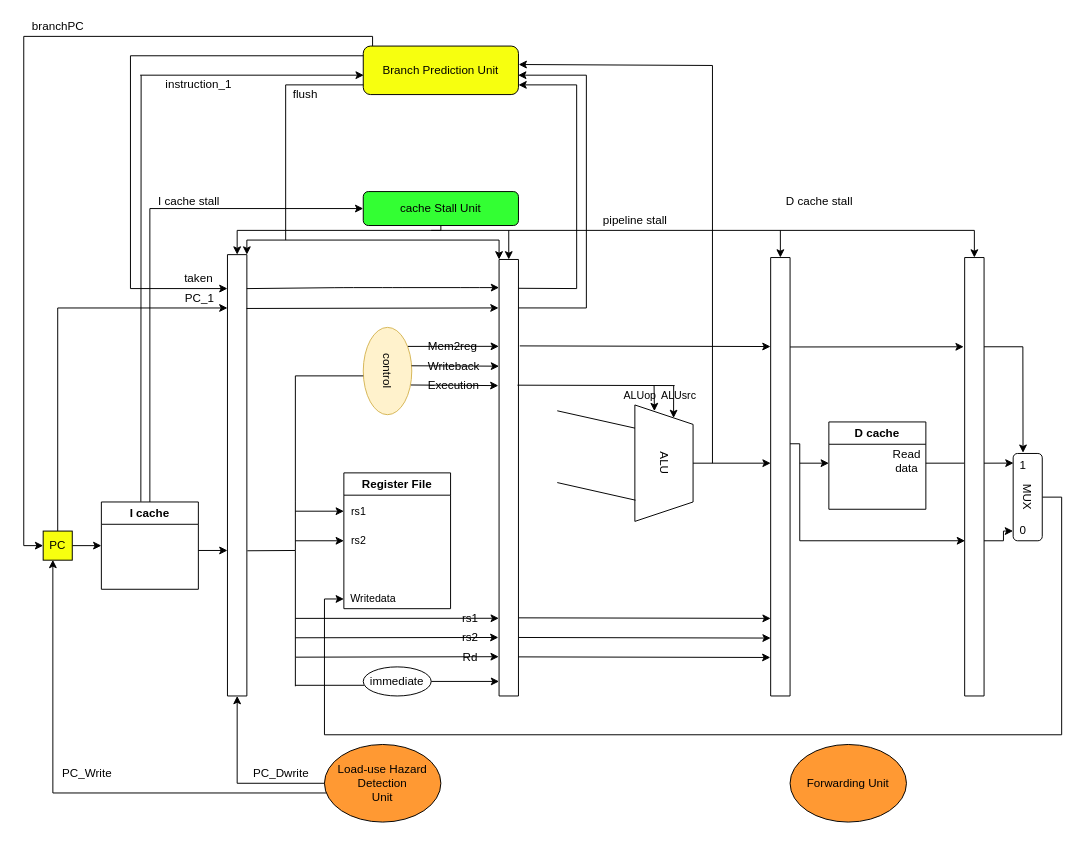
This is Untitled Diagram.drawio from JeterHwang/DSD, a draw.io file, before an edit. Source tidied: cells renumbered, new cells numbered last; positions are measured from the earlier drawing's top-left corner, leaving out a move shared by most shapes. Both pictures are drawn from the tidied source at 97%, with x=0, y=0 at pixel (23, 16).
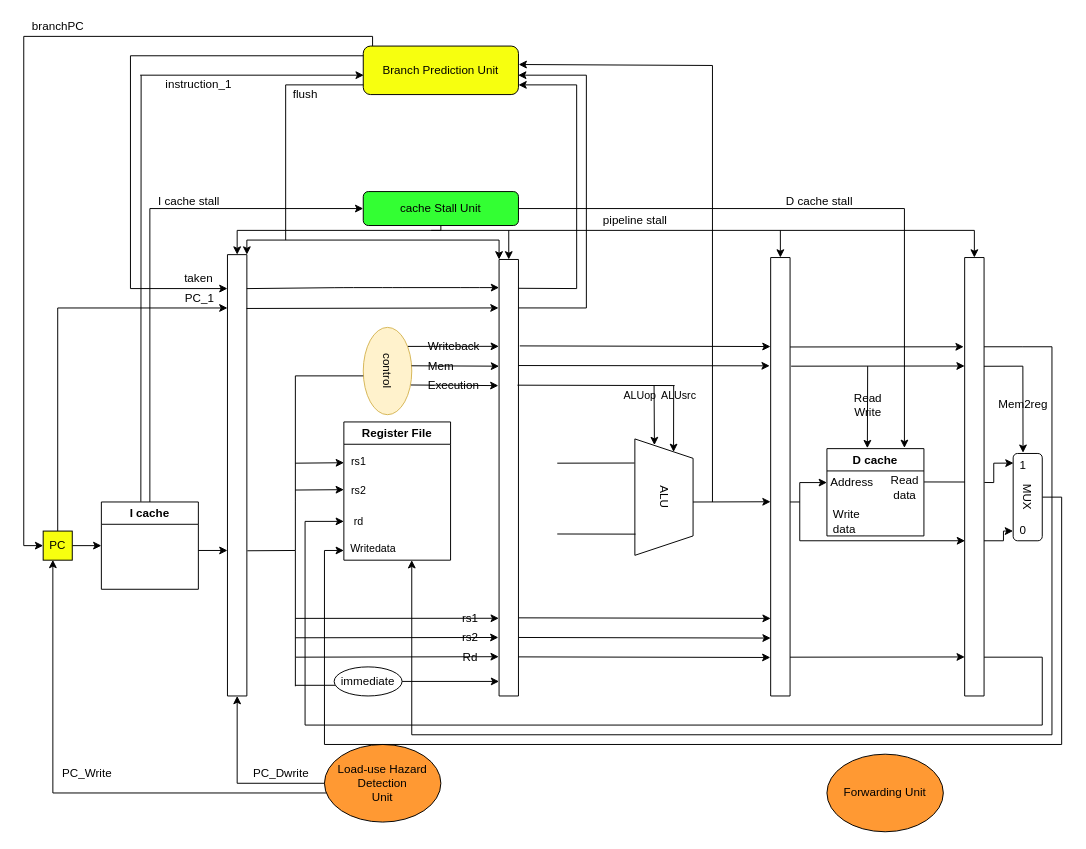
The same page after the edit.

Unchanged cells that the change refers to:
```xml
<mxCell id="3" style="swimlane;startSize=0;" parent="1" vertex="1">
  <mxGeometry x="490" y="250" width="20" height="450" as="geometry" />
</mxCell>
<mxCell id="4" style="swimlane;startSize=0;" parent="1" vertex="1">
  <mxGeometry x="770" y="248" width="20" height="452" as="geometry" />
</mxCell>
<mxCell id="5" style="swimlane;startSize=0;" parent="1" vertex="1">
  <mxGeometry x="970" y="248" width="20" height="452" as="geometry" />
</mxCell>
<mxCell id="18" value="Read&lt;br&gt;data" style="text;html=1;align=center;verticalAlign=middle;points=[];fillColor=none;strokeColor=none;rounded=0;" parent="17" vertex="1">
  <mxGeometry x="60" y="25" width="40" height="30" as="geometry" />
</mxCell>
<mxCell id="20" value="&lt;span style=&quot;font-size: 11px&quot;&gt;rs1&lt;/span&gt;" style="text;html=1;align=center;verticalAlign=middle;points=[];fillColor=none;strokeColor=none;rounded=0;" parent="19" vertex="1">
  <mxGeometry y="30" width="30" height="20" as="geometry" />
</mxCell>
<mxCell id="24" value="cache Stall Unit" style="rounded=1;whiteSpace=wrap;html=1;glass=0;strokeColor=#000000;fillColor=#33FF33;" parent="1" vertex="1">
  <mxGeometry x="350" y="180" width="160" height="35" as="geometry" />
</mxCell>
<mxCell id="89" value="MUX" style="rounded=1;whiteSpace=wrap;html=1;rotation=90;" parent="1" vertex="1">
  <mxGeometry x="990" y="480" width="90" height="30" as="geometry" />
</mxCell>
<mxCell id="92" value="1" style="text;html=1;align=center;verticalAlign=middle;points=[];fillColor=none;strokeColor=none;rounded=0;" parent="1" vertex="1">
  <mxGeometry x="1020" y="452.5" width="20" height="20" as="geometry" />
</mxCell>
```

What changed in the source:
```diff
@@
     <mxCell id="15" value="Forwarding Unit" style="ellipse;whiteSpace=wrap;html=1;glass=0;strokeColor=#000000;fillColor=#FF9933;" parent="1" vertex="1">
-      <mxGeometry x="790" y="750" width="120" height="80" as="geometry" />
+      <mxGeometry x="828" y="760" width="120" height="80" as="geometry" />
     </mxCell>
     <mxCell id="16" value="ALU" style="shape=trapezoid;perimeter=trapezoidPerimeter;whiteSpace=wrap;html=1;fixedSize=1;glass=0;strokeColor=#000000;rotation=90;fillColor=#FFFFFF;" parent="1" vertex="1">
-      <mxGeometry x="600" y="430" width="120" height="60" as="geometry" />
+      <mxGeometry x="600" y="465" width="120" height="60" as="geometry" />
     </mxCell>
     <mxCell id="17" value="D cache" style="swimlane;" parent="1" vertex="1">
-      <mxGeometry x="830" y="417.5" width="100" height="90" as="geometry" />
+      <mxGeometry x="828" y="445" width="100" height="90" as="geometry" />
     </mxCell>
@@
+    <mxCell id="113" value="&lt;div style=&quot;text-align: left&quot;&gt;&lt;span&gt;Write&lt;/span&gt;&lt;/div&gt;&lt;div style=&quot;text-align: left&quot;&gt;&lt;span&gt;data&lt;/span&gt;&lt;/div&gt;" style="text;html=1;align=center;verticalAlign=middle;fillColor=none;strokeColor=none;rounded=0;" parent="17" vertex="1">
+      <mxGeometry y="60" width="40" height="30" as="geometry" />
+    </mxCell>
+    <mxCell id="114" value="Address" style="text;html=1;align=left;verticalAlign=middle;fillColor=none;strokeColor=none;rounded=0;" parent="17" vertex="1">
+      <mxGeometry x="2" y="25" width="60" height="20" as="geometry" />
+    </mxCell>
     <mxCell id="19" value="Register File" style="swimlane;glass=0;strokeColor=#000000;fillColor=#FFFFFF;" parent="1" vertex="1">
-      <mxGeometry x="330" y="470" width="110" height="140" as="geometry" />
+      <mxGeometry x="330" y="417.5" width="110" height="142.5" as="geometry" />
     </mxCell>
@@
+    <mxCell id="115" value="&lt;span style=&quot;font-size: 11px&quot;&gt;rd&lt;/span&gt;" style="text;html=1;align=center;verticalAlign=middle;fillColor=none;strokeColor=none;rounded=0;" parent="19" vertex="1">
+      <mxGeometry y="92.5" width="30" height="20" as="geometry" />
+    </mxCell>
@@
+    <mxCell id="116" style="edgeStyle=orthogonalEdgeStyle;rounded=0;jettySize=auto;html=1;entryX=0.799;entryY=-0.008;entryDx=0;entryDy=0;entryPerimeter=0;" parent="1" edge="1" source="24" target="17">
+      <mxGeometry relative="1" as="geometry" />
+    </mxCell>
@@
-    <mxCell id="39" style="endArrow=classic;html=1;exitX=0.5;exitY=0;exitDx=0;exitDy=0;" parent="1" edge="1" source="16">
-      <mxGeometry relative="1" as="geometry">
-        <mxPoint x="770" y="460" as="targetPoint" />
-      </mxGeometry>
+    <mxCell id="39" style="endArrow=classic;html=1;exitX=0.542;exitY=0;exitDx=0;exitDy=0;entryX=-0.004;entryY=0.557;entryDx=0;entryDy=0;entryPerimeter=0;exitPerimeter=0;" parent="1" edge="1" source="16" target="4">
+      <mxGeometry relative="1" as="geometry" />
     </mxCell>
@@
     <mxCell id="44" style="endArrow=none;html=1;" parent="1" edge="1">
       <mxGeometry relative="1" as="geometry">
-        <mxPoint x="710" y="460" as="sourcePoint" />
+        <mxPoint x="710" y="500" as="sourcePoint" />
         <mxPoint x="710" y="50" as="targetPoint" />
       </mxGeometry>
     </mxCell>
@@
-    <mxCell id="46" style="endArrow=none;html=1;entryX=0.199;entryY=0.999;entryDx=0;entryDy=0;entryPerimeter=0;" parent="1" edge="1" target="16">
+    <mxCell id="46" style="endArrow=none;html=1;entryX=0.207;entryY=1.007;entryDx=0;entryDy=0;entryPerimeter=0;" parent="1" edge="1" target="16">
       <mxGeometry relative="1" as="geometry">
-        <mxPoint x="550" y="406" as="sourcePoint" />
+        <mxPoint x="550" y="460" as="sourcePoint" />
       </mxGeometry>
     </mxCell>
     <mxCell id="47" style="endArrow=none;html=1;entryX=0.818;entryY=0.989;entryDx=0;entryDy=0;entryPerimeter=0;" parent="1" edge="1" target="16">
       <mxGeometry relative="1" as="geometry">
-        <mxPoint x="550" y="480" as="sourcePoint" />
+        <mxPoint x="550" y="533" as="sourcePoint" />
       </mxGeometry>
     </mxCell>
@@
     <mxCell id="67" value="immediate" style="ellipse;whiteSpace=wrap;html=1;glass=0;strokeColor=#000000;fillColor=#FFFFFF;" parent="1" vertex="1">
-      <mxGeometry x="350" y="670" width="70" height="30" as="geometry" />
+      <mxGeometry x="320" y="670" width="70" height="30" as="geometry" />
     </mxCell>
@@
-    <mxCell id="72" style="endArrow=classic;html=1;" parent="1" edge="1">
-      <mxGeometry relative="1" as="geometry">
-        <mxPoint x="280" y="509.5" as="sourcePoint" />
-        <mxPoint x="330" y="509.5" as="targetPoint" />
-      </mxGeometry>
-    </mxCell>
-    <mxCell id="73" style="endArrow=classic;html=1;" parent="1" edge="1">
-      <mxGeometry relative="1" as="geometry">
-        <mxPoint x="280" y="540" as="sourcePoint" />
-        <mxPoint x="330" y="540" as="targetPoint" />
-      </mxGeometry>
-    </mxCell>
@@
-    <mxCell id="78" value="Mem2reg" style="text;html=1;align=left;verticalAlign=middle;fillColor=none;strokeColor=none;rounded=0;" parent="1" vertex="1">
+    <mxCell id="78" value="Writeback" style="text;html=1;align=left;verticalAlign=middle;fillColor=none;strokeColor=none;rounded=0;" parent="1" vertex="1">
       <mxGeometry x="415" y="330" width="70" height="20" as="geometry" />
     </mxCell>
@@
-    <mxCell id="80" value="Writeback" style="text;html=1;align=left;verticalAlign=middle;fillColor=none;strokeColor=none;rounded=0;" parent="1" vertex="1">
-      <mxGeometry x="415" y="350" width="70" height="20" as="geometry" />
+    <mxCell id="80" value="Mem" style="text;html=1;align=left;verticalAlign=middle;fillColor=none;strokeColor=none;rounded=0;" parent="1" vertex="1">
+      <mxGeometry x="415" y="350" width="40" height="20" as="geometry" />
     </mxCell>
@@
     <mxCell id="88" style="edgeStyle=orthogonalEdgeStyle;rounded=0;jettySize=auto;html=1;exitX=0.5;exitY=0;exitDx=0;exitDy=0;" parent="1" edge="1" source="89">
       <mxGeometry relative="1" as="geometry">
-        <mxPoint x="330" y="600" as="targetPoint" />
+        <mxPoint x="330" y="550" as="targetPoint" />
         <Array as="points">
           <mxPoint x="1070" y="495" />
-          <mxPoint x="1070" y="740" />
-          <mxPoint x="310" y="740" />
-          <mxPoint x="310" y="600" />
+          <mxPoint x="1070" y="750" />
+          <mxPoint x="310" y="750" />
+          <mxPoint x="310" y="550" />
         </Array>
       </mxGeometry>
     </mxCell>
@@
     <mxCell id="91" style="endArrow=classic;html=1;entryX=-0.008;entryY=0.661;entryDx=0;entryDy=0;entryPerimeter=0;" parent="1" edge="1" target="89">
       <mxGeometry relative="1" as="geometry">
-        <mxPoint x="1030" y="340" as="sourcePoint" />
+        <mxPoint x="1030" y="360" as="sourcePoint" />
       </mxGeometry>
     </mxCell>
@@
-    <mxCell id="94" style="endArrow=none;html=1;entryX=-0.028;entryY=0.469;entryDx=0;entryDy=0;entryPerimeter=0;" parent="1" edge="1" target="5">
-      <mxGeometry relative="1" as="geometry">
-        <mxPoint x="930" y="460" as="sourcePoint" />
-      </mxGeometry>
-    </mxCell>
     <mxCell id="95" style="endArrow=classic;html=1;entryX=0.019;entryY=0.371;entryDx=0;entryDy=0;entryPerimeter=0;" parent="1" edge="1" target="92">
       <mxGeometry relative="1" as="geometry">
-        <mxPoint x="990" y="460" as="sourcePoint" />
+        <mxPoint x="1000" y="460" as="sourcePoint" />
       </mxGeometry>
     </mxCell>
     <mxCell id="96" style="endArrow=none;html=1;" parent="1" edge="1">
       <mxGeometry relative="1" as="geometry">
-        <mxPoint x="790" y="440" as="sourcePoint" />
-        <mxPoint x="800" y="440" as="targetPoint" />
+        <mxPoint x="790" y="500" as="sourcePoint" />
+        <mxPoint x="800" y="500" as="targetPoint" />
       </mxGeometry>
     </mxCell>
     <mxCell id="97" style="endArrow=none;html=1;" parent="1" edge="1">
       <mxGeometry relative="1" as="geometry">
         <mxPoint x="800" y="540" as="sourcePoint" />
-        <mxPoint x="800" y="440" as="targetPoint" />
+        <mxPoint x="800" y="480" as="targetPoint" />
       </mxGeometry>
     </mxCell>
     <mxCell id="98" style="endArrow=classic;html=1;" parent="1" edge="1">
       <mxGeometry relative="1" as="geometry">
-        <mxPoint x="800" y="460" as="sourcePoint" />
-        <mxPoint x="830" y="460" as="targetPoint" />
+        <mxPoint x="800" y="480" as="sourcePoint" />
+        <mxPoint x="828" y="480" as="targetPoint" />
       </mxGeometry>
     </mxCell>
@@
+    <mxCell id="117" style="endArrow=classic;html=1;exitX=0.994;exitY=0.243;exitDx=0;exitDy=0;exitPerimeter=0;entryX=-0.049;entryY=0.247;entryDx=0;entryDy=0;entryPerimeter=0;" parent="1" edge="1" source="3" target="4">
+      <mxGeometry relative="1" as="geometry" />
+    </mxCell>
+    <mxCell id="118" style="endArrow=classic;html=1;entryX=0.417;entryY=-0.005;entryDx=0;entryDy=0;entryPerimeter=0;" parent="1" edge="1" target="17">
+      <mxGeometry relative="1" as="geometry">
+        <mxPoint x="870" y="360" as="sourcePoint" />
+      </mxGeometry>
+    </mxCell>
+    <mxCell id="119" style="endArrow=classic;html=1;entryX=0.003;entryY=0.602;entryDx=0;entryDy=0;entryPerimeter=0;" parent="1" edge="1" target="20">
+      <mxGeometry relative="1" as="geometry">
+        <mxPoint x="280" y="460" as="sourcePoint" />
+      </mxGeometry>
+    </mxCell>
+    <mxCell id="120" style="endArrow=classic;html=1;entryX=0.003;entryY=0.602;entryDx=0;entryDy=0;entryPerimeter=0;" parent="1" edge="1">
+      <mxGeometry relative="1" as="geometry">
+        <mxPoint x="279.9" y="487.7" as="sourcePoint" />
+        <mxPoint x="330" y="487.3" as="targetPoint" />
+      </mxGeometry>
+    </mxCell>
+    <mxCell id="121" style="endArrow=none;html=1;exitX=1.004;exitY=0.312;exitDx=0;exitDy=0;exitPerimeter=0;entryX=0.007;entryY=0.512;entryDx=0;entryDy=0;entryPerimeter=0;" parent="1" edge="1" source="18" target="5">
+      <mxGeometry relative="1" as="geometry" />
+    </mxCell>
+    <mxCell id="122" style="endArrow=none;html=1;" parent="1" edge="1">
+      <mxGeometry relative="1" as="geometry">
+        <mxPoint x="1000" y="480" as="sourcePoint" />
+        <mxPoint x="1000" y="460" as="targetPoint" />
+      </mxGeometry>
+    </mxCell>
+    <mxCell id="123" style="endArrow=none;html=1;exitX=1.017;exitY=0.513;exitDx=0;exitDy=0;exitPerimeter=0;" parent="1" edge="1" source="5">
+      <mxGeometry relative="1" as="geometry">
+        <mxPoint x="1000" y="480" as="targetPoint" />
+      </mxGeometry>
+    </mxCell>
+    <mxCell id="124" style="endArrow=classic;html=1;entryX=0.006;entryY=0.911;entryDx=0;entryDy=0;entryPerimeter=0;" parent="1" edge="1" target="5">
+      <mxGeometry relative="1" as="geometry">
+        <mxPoint x="790" y="660" as="sourcePoint" />
+      </mxGeometry>
+    </mxCell>
+    <mxCell id="125" style="endArrow=none;html=1;" parent="1" edge="1">
+      <mxGeometry relative="1" as="geometry">
+        <mxPoint x="990" y="660" as="sourcePoint" />
+        <mxPoint x="1050" y="660" as="targetPoint" />
+      </mxGeometry>
+    </mxCell>
+    <mxCell id="126" style="endArrow=none;html=1;" parent="1" edge="1">
+      <mxGeometry relative="1" as="geometry">
+        <mxPoint x="1050" y="730" as="sourcePoint" />
+        <mxPoint x="1050" y="660" as="targetPoint" />
+      </mxGeometry>
+    </mxCell>
+    <mxCell id="127" style="endArrow=none;html=1;" parent="1" edge="1">
+      <mxGeometry relative="1" as="geometry">
+        <mxPoint x="290" y="730" as="sourcePoint" />
+        <mxPoint x="1050" y="730" as="targetPoint" />
+      </mxGeometry>
+    </mxCell>
+    <mxCell id="128" style="endArrow=none;html=1;" parent="1" edge="1">
+      <mxGeometry relative="1" as="geometry">
+        <mxPoint x="290" y="730" as="sourcePoint" />
+        <mxPoint x="290" y="520" as="targetPoint" />
+      </mxGeometry>
+    </mxCell>
+    <mxCell id="129" style="endArrow=classic;html=1;" parent="1" edge="1">
+      <mxGeometry relative="1" as="geometry">
+        <mxPoint x="290" y="520" as="sourcePoint" />
+        <mxPoint x="330" y="520" as="targetPoint" />
+      </mxGeometry>
+    </mxCell>
+    <mxCell id="130" style="endArrow=none;html=1;" parent="1" edge="1">
+      <mxGeometry relative="1" as="geometry">
+        <mxPoint x="1030" y="340" as="sourcePoint" />
+        <mxPoint x="1060" y="340" as="targetPoint" />
+      </mxGeometry>
+    </mxCell>
+    <mxCell id="131" style="endArrow=none;html=1;" parent="1" edge="1">
+      <mxGeometry relative="1" as="geometry">
+        <mxPoint x="1060" y="740" as="sourcePoint" />
+        <mxPoint x="1060" y="340" as="targetPoint" />
+      </mxGeometry>
+    </mxCell>
+    <mxCell id="132" style="endArrow=none;html=1;" parent="1" edge="1">
+      <mxGeometry relative="1" as="geometry">
+        <mxPoint x="400" y="740" as="sourcePoint" />
+        <mxPoint x="1060" y="740" as="targetPoint" />
+      </mxGeometry>
+    </mxCell>
+    <mxCell id="133" style="endArrow=classic;html=1;" parent="1" edge="1">
+      <mxGeometry relative="1" as="geometry">
+        <mxPoint x="400" y="740" as="sourcePoint" />
+        <mxPoint x="400" y="560" as="targetPoint" />
+      </mxGeometry>
+    </mxCell>
+    <mxCell id="134" style="endArrow=none;html=1;exitX=0.995;exitY=0.248;exitDx=0;exitDy=0;exitPerimeter=0;" parent="1" edge="1" source="5">
+      <mxGeometry relative="1" as="geometry">
+        <mxPoint x="1030" y="360" as="targetPoint" />
+      </mxGeometry>
+    </mxCell>
+    <mxCell id="135" style="endArrow=classic;html=1;exitX=1.006;exitY=0.204;exitDx=0;exitDy=0;exitPerimeter=0;" parent="1" edge="1">
+      <mxGeometry relative="1" as="geometry">
+        <mxPoint x="791.1" y="360" as="sourcePoint" />
+        <mxPoint x="970" y="359.8" as="targetPoint" />
+      </mxGeometry>
+    </mxCell>
+    <mxCell id="136" value="Read&lt;br&gt;Write" style="text;html=1;align=center;verticalAlign=middle;fillColor=none;strokeColor=none;rounded=0;" parent="1" vertex="1">
+      <mxGeometry x="850" y="385" width="40" height="30" as="geometry" />
+    </mxCell>
+    <mxCell id="137" value="Mem2reg" style="text;html=1;align=center;verticalAlign=middle;fillColor=none;strokeColor=none;rounded=0;" parent="1" vertex="1">
+      <mxGeometry x="995" y="390" width="70" height="20" as="geometry" />
+    </mxCell>
```
